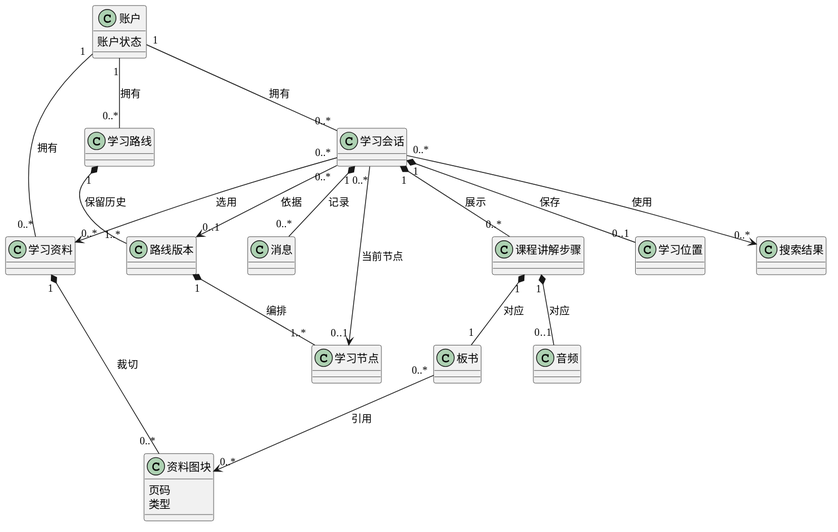
This is diagrams/learning-domain-model.svg from tranhaianh20571-droid/computer-learning-assistant, a PlantUML export, as it was before one commit. The source it was exported from:
```plantuml
@startuml
top to bottom direction
skinparam defaultFontName Microsoft YaHei
skinparam shadowing false
skinparam nodesep 65
skinparam ranksep 70
class "账户" as Account {
  账户状态
}
class "学习资料" as Material
class "资料图块" as Figure {
  页码
  类型
}
class "学习路线" as Route
class "路线版本" as RouteVersion
class "学习节点" as Node
class "学习会话" as Session
class "消息" as Message
class "课程讲解步骤" as Step
class "板书" as Board
class "音频" as Audio
class "学习位置" as Checkpoint
class "搜索结果" as SearchResult
Account "1" -- "0..*" Material : 拥有
Material "1" *-- "0..*" Figure : 裁切
Board "0..*" --> "0..*" Figure : 引用
Account "1" -- "0..*" Route : 拥有
Account "1" -- "0..*" Session : 拥有
Route "1" *-- "1..*" RouteVersion : 保留历史
RouteVersion "1" *-- "1..*" Node : 编排
Session "0..*" --> "0..1" RouteVersion : 依据
Session "0..*" --> "0..1" Node : 当前节点
Session "0..*" --> "0..*" Material : 选用
Session "1" *-- "0..*" Message : 记录
Session "1" *-- "0..*" Step : 展示
Session "1" *-- "0..1" Checkpoint : 保存
Step "1" *-- "1" Board : 对应
Step "1" *-- "0..1" Audio : 对应
Session "0..*" --> "0..*" SearchResult : 使用
@enduml
```
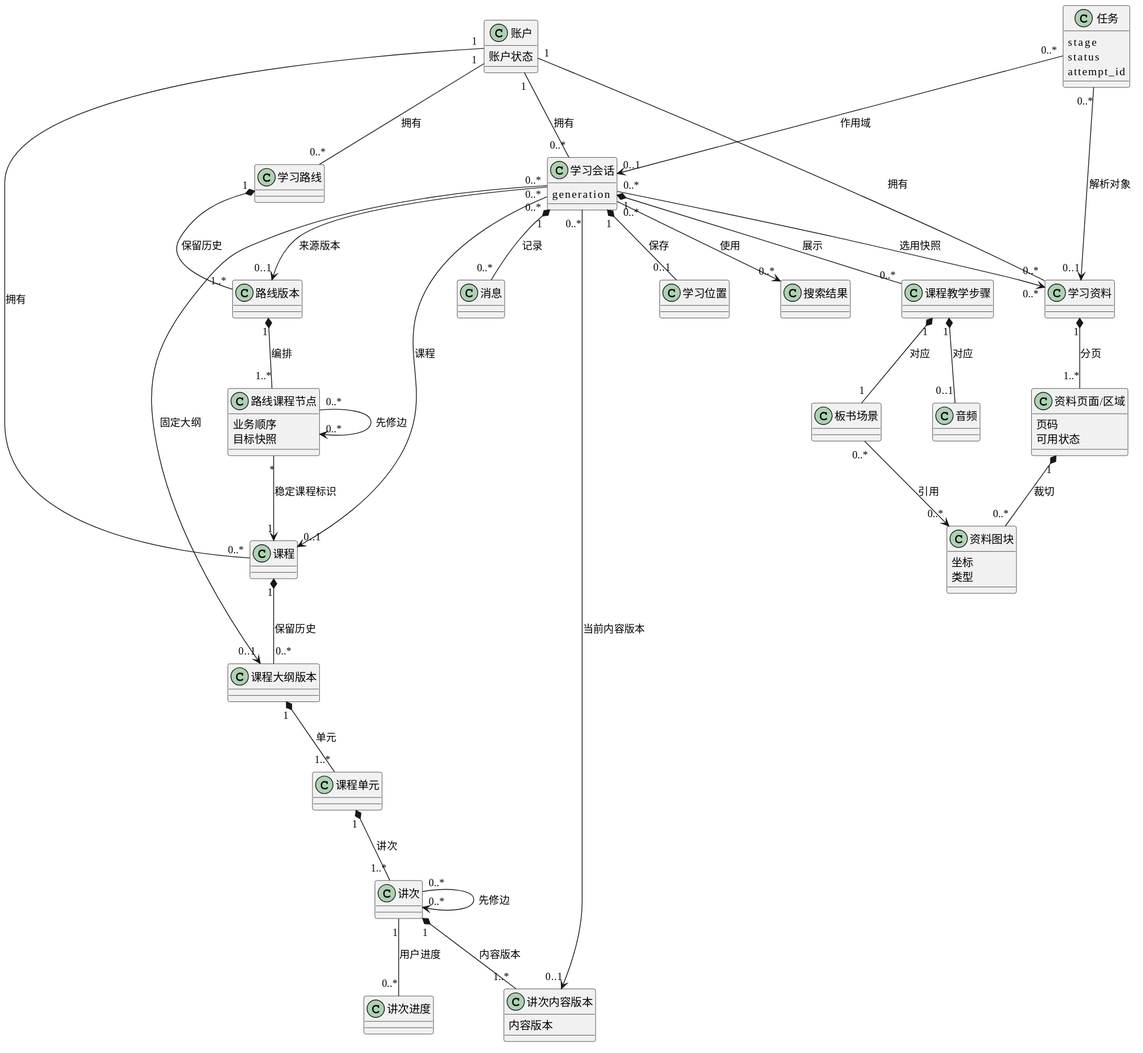
Later version of the same file.

Change to the diagram source:
```diff
@@ -8,34 +8,70 @@
   账户状态
 }
 class "学习资料" as Material
+class "资料页面/区域" as MaterialPage {
+  页码
+  可用状态
+}
 class "资料图块" as Figure {
-  页码
+  坐标
   类型
 }
 class "学习路线" as Route
 class "路线版本" as RouteVersion
-class "学习节点" as Node
-class "学习会话" as Session
+class "路线课程节点" as RouteCourse {
+  业务顺序
+  目标快照
+}
+class "课程" as Course
+class "课程大纲版本" as OutlineVersion
+class "课程单元" as Unit
+class "讲次" as Lesson
+class "讲次内容版本" as LessonContent {
+  内容版本
+}
+class "学习会话" as Session {
+  generation
+}
 class "消息" as Message
-class "课程讲解步骤" as Step
-class "板书" as Board
+class "课程教学步骤" as Step
+class "板书场景" as Board
 class "音频" as Audio
 class "学习位置" as Checkpoint
+class "讲次进度" as LessonProgress
+class "任务" as Task {
+  stage
+  status
+  attempt_id
+}
 class "搜索结果" as SearchResult
 Account "1" -- "0..*" Material : 拥有
-Material "1" *-- "0..*" Figure : 裁切
+Material "1" *-- "1..*" MaterialPage : 分页
+MaterialPage "1" *-- "0..*" Figure : 裁切
 Board "0..*" --> "0..*" Figure : 引用
 Account "1" -- "0..*" Route : 拥有
+Route "1" *-- "1..*" RouteVersion : 保留历史
+RouteVersion "1" *-- "1..*" RouteCourse : 编排
+RouteCourse "*" --> "1" Course : 稳定课程标识
+RouteCourse "0..*" --> "0..*" RouteCourse : 先修边
+Account "1" -- "0..*" Course : 拥有
+Course "1" *-- "0..*" OutlineVersion : 保留历史
+OutlineVersion "1" *-- "1..*" Unit : 单元
+Unit "1" *-- "1..*" Lesson : 讲次
+Lesson "1" *-- "1..*" LessonContent : 内容版本
+Lesson "0..*" --> "0..*" Lesson : 先修边
 Account "1" -- "0..*" Session : 拥有
-Route "1" *-- "1..*" RouteVersion : 保留历史
-RouteVersion "1" *-- "1..*" Node : 编排
-Session "0..*" --> "0..1" RouteVersion : 依据
-Session "0..*" --> "0..1" Node : 当前节点
-Session "0..*" --> "0..*" Material : 选用
+Session "0..*" --> "0..1" RouteVersion : 来源版本
+Session "0..*" --> "0..1" Course : 课程
+Session "0..*" --> "0..1" OutlineVersion : 固定大纲
+Session "0..*" --> "0..1" LessonContent : 当前内容版本
 Session "1" *-- "0..*" Message : 记录
 Session "1" *-- "0..*" Step : 展示
 Session "1" *-- "0..1" Checkpoint : 保存
 Step "1" *-- "1" Board : 对应
 Step "1" *-- "0..1" Audio : 对应
+Lesson "1" -- "0..*" LessonProgress : 用户进度
+Session "0..*" --> "0..*" Material : 选用快照
 Session "0..*" --> "0..*" SearchResult : 使用
+Task "0..*" --> "0..1" Session : 作用域
+Task "0..*" --> "0..1" Material : 解析对象
 @enduml
```
